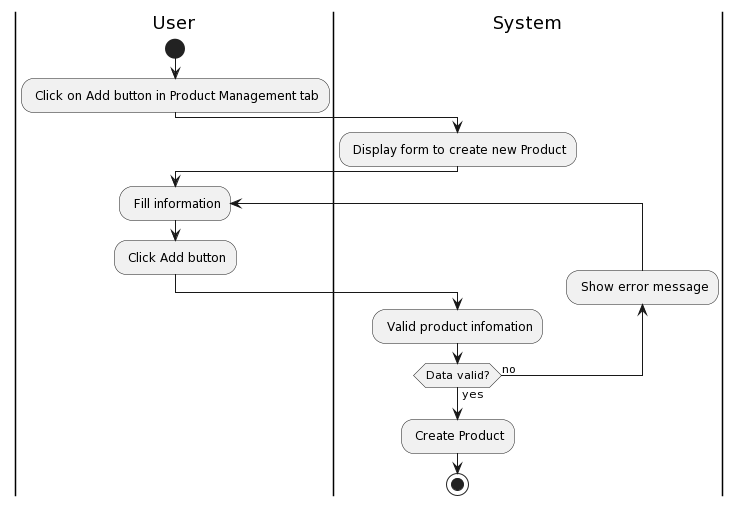
Above: Lab 1/Lab 1.2/activity_diagram/product_management/create_product.png in H1eu69/SE357-Pratice-class (PlantUML), before the change. Source of this version:
```plantuml
@startuml
|User|
start
: Click on Add button in Product Management tab;
|System|
: Display form to create new Product;
|User|
repeat: Fill information;
  : Click Add button;
|System|
: Valid product infomation;
backward: Show error message;
repeat while (Data valid?) is (no) not (yes)
: Create Product;
stop
@enduml
```
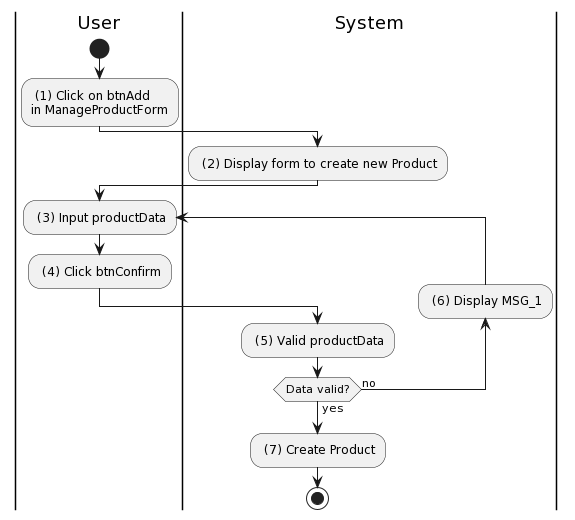
The same diagram one commit later.

Change to the diagram source:
```diff
@@ -1,16 +1,17 @@
 @startuml
+skinparam sequenceMessageAlign center
 |User|
 start
-: Click on Add button in Product Management tab;
+: (1) Click on btnAdd\nin ManageProductForm;
 |System|
-: Display form to create new Product;
+: (2) Display form to create new Product;
 |User|
-repeat: Fill information;
-  : Click Add button;
+repeat: (3) Input productData;
+  : (4) Click btnConfirm;
 |System|
-: Valid product infomation;
-backward: Show error message;
+: (5) Valid productData;
+backward: (6) Display MSG_1;
 repeat while (Data valid?) is (no) not (yes)
-: Create Product;
+: (7) Create Product;
 stop
 @enduml
```
